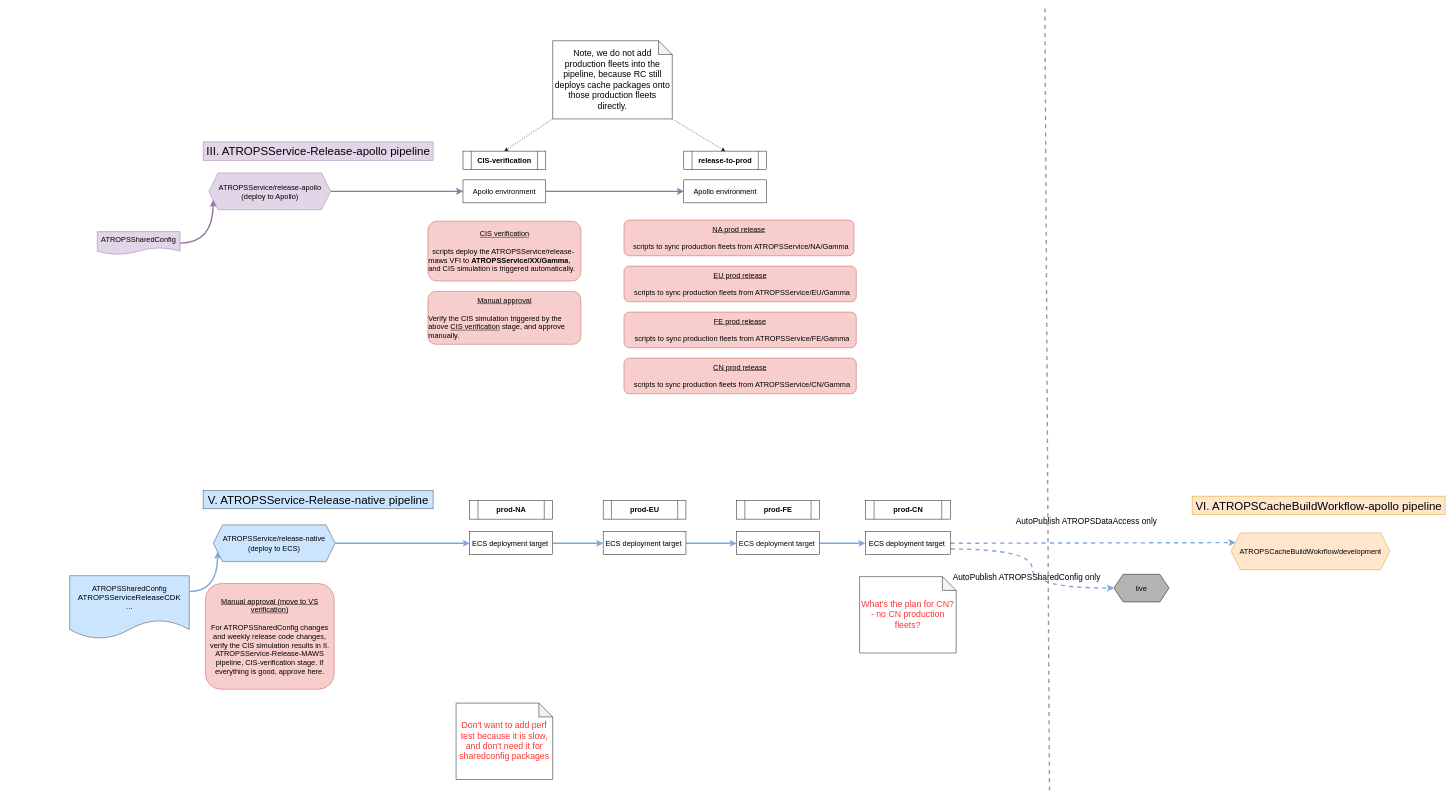
Before: page "temp" (16 of 16) of NAWS_ready_two_pipelines.drawio in PQMeng/draw.io-source-files, a draw.io diagram. Source tidied: cells renumbered, new cells numbered last; positions are measured from the earlier drawing's top-left corner, leaving out a move shared by most shapes. Both pictures are drawn from the tidied source at 46%, with x=0, y=0 at pixel (69, 8).
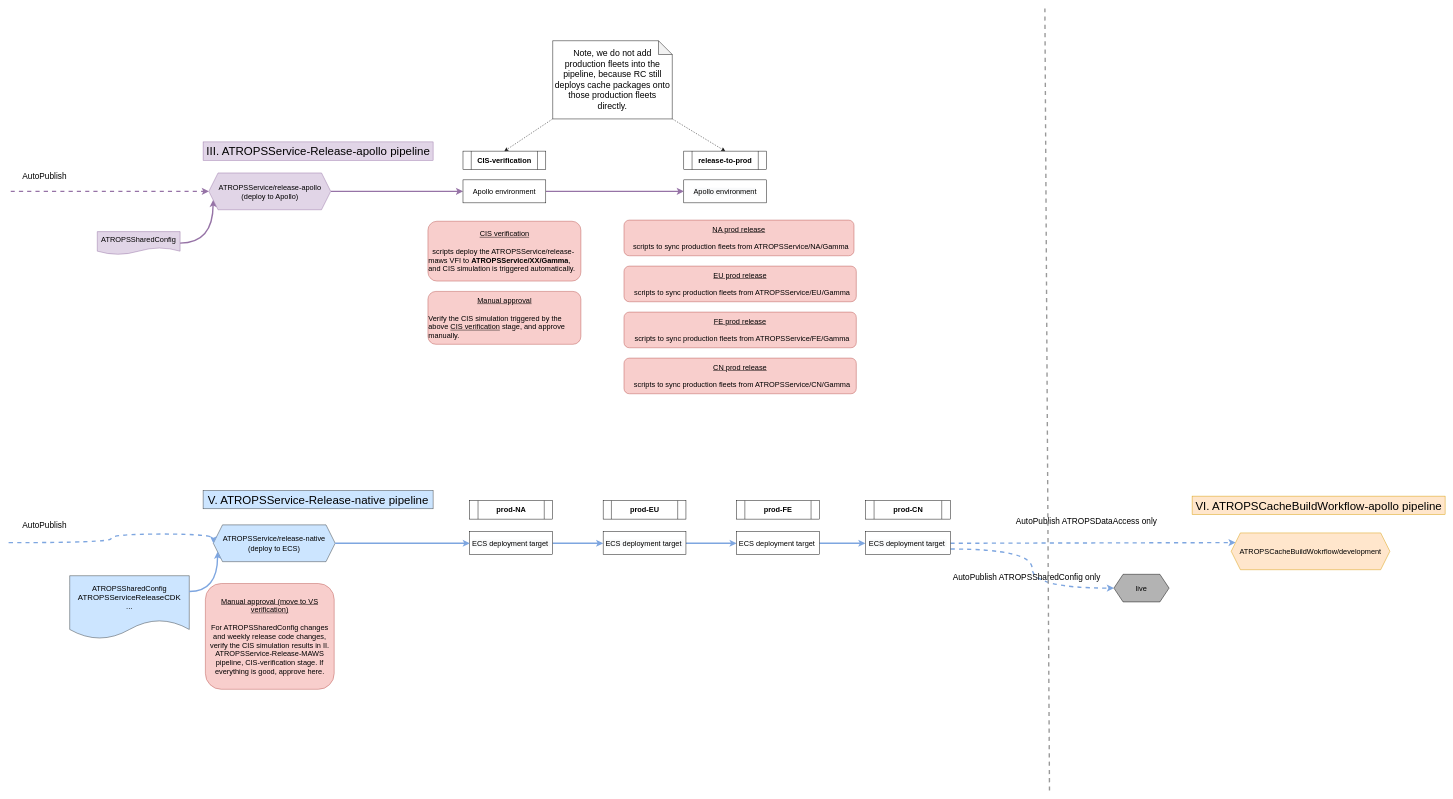
The same page after the edit.

What changed in the source:
```diff
@@
-    <mxCell id="42" value="Don't want to add perf test because it is slow, and don't need it for sharedconfig packages" style="shape=note;whiteSpace=wrap;html=1;backgroundOutline=1;darkOpacity=0.05;fontSize=19;fontColor=#FF3333;" parent="1" vertex="1">
-      <mxGeometry x="840" y="1510" width="210" height="166" as="geometry" />
-    </mxCell>
@@
-    <mxCell id="48" value="What's the plan for CN?&lt;br&gt;- no CN production fleets?" style="shape=note;whiteSpace=wrap;html=1;backgroundOutline=1;darkOpacity=0.05;fontSize=19;fontColor=#FF3333;" parent="1" vertex="1">
-      <mxGeometry x="1717.2" y="1235" width="210" height="166" as="geometry" />
-    </mxCell>
+    <mxCell id="49" style="edgeStyle=orthogonalEdgeStyle;curved=1;rounded=0;orthogonalLoop=1;jettySize=auto;html=1;exitX=1;exitY=0.5;exitDx=0;exitDy=0;fontSize=16;strokeWidth=3;fillColor=#e1d5e7;strokeColor=#9673a6;entryX=0;entryY=0.5;entryDx=0;entryDy=0;dashed=1;" parent="1" edge="1">
+      <mxGeometry relative="1" as="geometry">
+        <mxPoint x="-128.1" y="397.5" as="sourcePoint" />
+        <mxPoint x="302.5" y="397.5" as="targetPoint" />
+      </mxGeometry>
+    </mxCell>
+    <mxCell id="50" style="edgeStyle=orthogonalEdgeStyle;curved=1;rounded=0;orthogonalLoop=1;jettySize=auto;html=1;entryX=0;entryY=0.5;entryDx=0;entryDy=0;fontSize=16;strokeWidth=3;fillColor=#cce5ff;strokeColor=#7EA6E0;dashed=1;" parent="1" edge="1">
+      <mxGeometry relative="1" as="geometry">
+        <mxPoint x="-132.8" y="1161.1" as="sourcePoint" />
+        <mxPoint x="312.2" y="1162.5" as="targetPoint" />
+      </mxGeometry>
+    </mxCell>
+    <mxCell id="51" value="AutoPublish" style="text;html=1;align=center;verticalAlign=middle;strokeColor=none;fillColor=none;strokeWidth=5;fontSize=18;" parent="1" vertex="1">
+      <mxGeometry x="-110" y="350" width="110" height="30" as="geometry" />
+    </mxCell>
+    <mxCell id="52" value="AutoPublish" style="text;html=1;align=center;verticalAlign=middle;strokeColor=none;fillColor=none;strokeWidth=5;fontSize=18;" parent="1" vertex="1">
+      <mxGeometry x="-110" y="1107.5" width="110" height="30" as="geometry" />
+    </mxCell>
```
